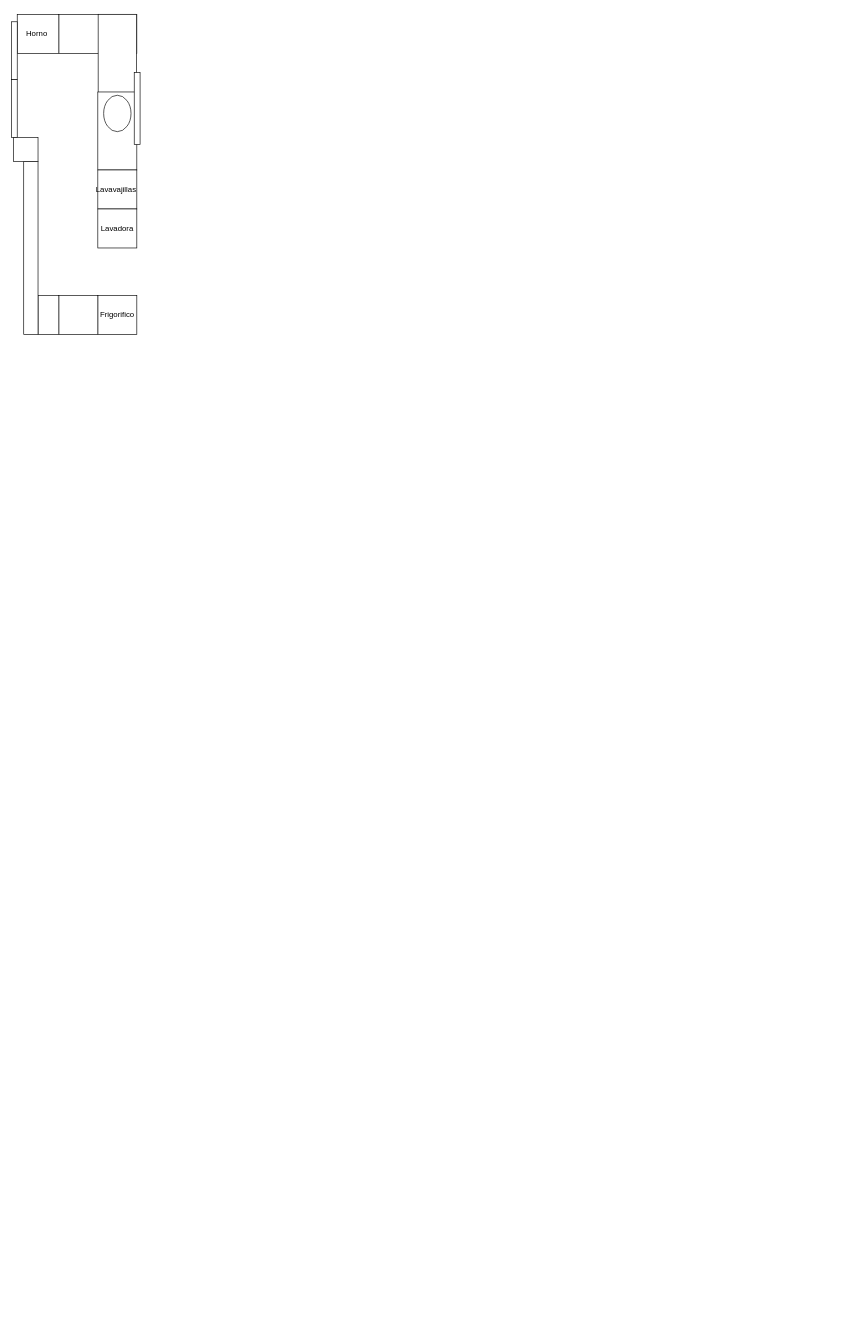
The draw.io diagram PRACTICAS/Diagrama sin título.drawio in dabado/python2025mes1, before the edit. Source tidied: cells renumbered, new cells numbered last; positions are measured from the earlier drawing's top-left corner, leaving out a move shared by most shapes. Both pictures are drawn from the tidied source at 65%, with x=0, y=0 at pixel (11, 14).
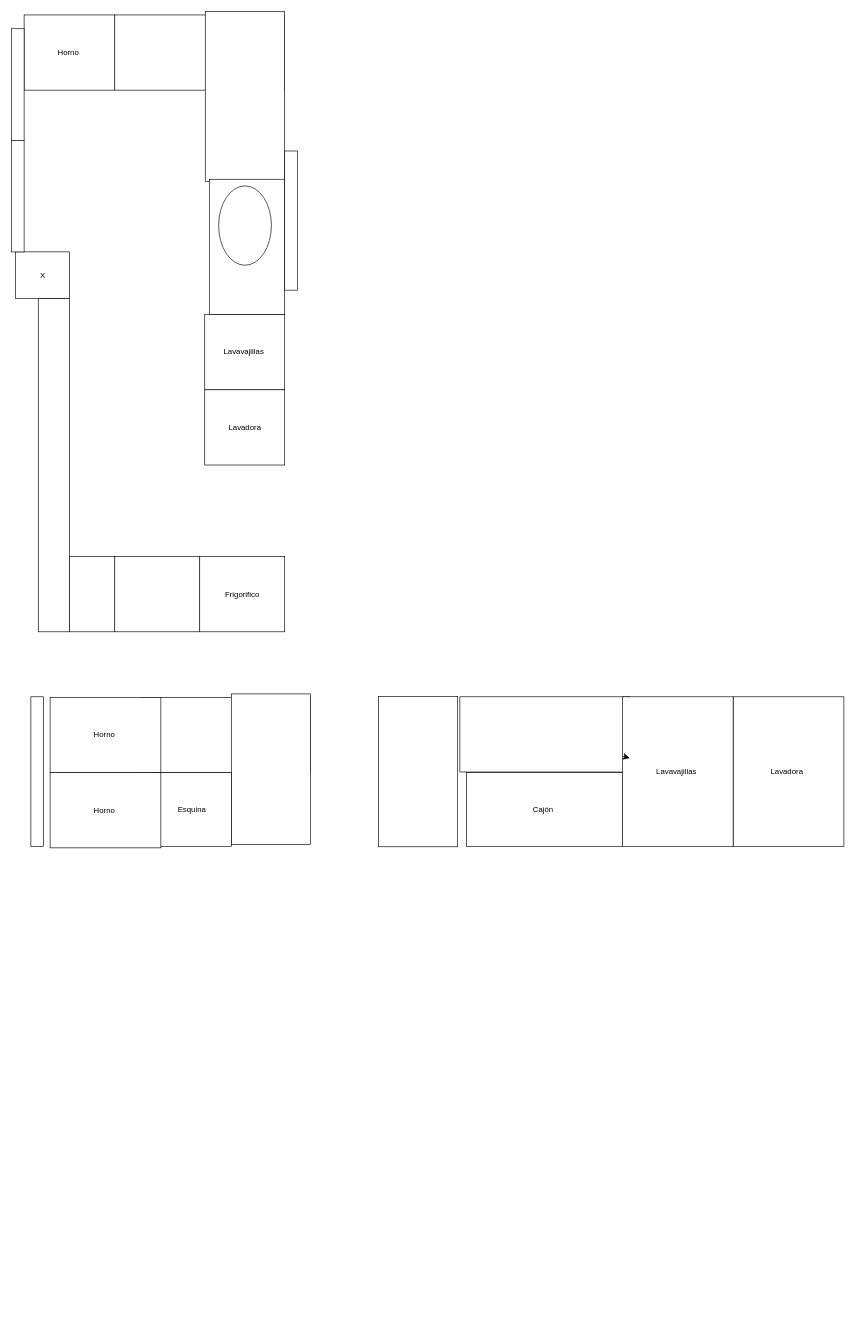
After the change.

The edit, as a diff of the source:
```diff
@@
     <mxCell id="2" style="group;" parent="1" vertex="1">
-      <mxGeometry y="0.5" width="198" height="492.5" as="geometry" />
+      <mxGeometry y="0.5" width="490" height="950" as="geometry" />
     </mxCell>
     <mxCell id="3" style="whiteSpace=wrap;html=1;" parent="2" vertex="1">
-      <mxGeometry x="73" y="0.5" width="120" height="60" as="geometry" />
+      <mxGeometry x="159" y="1" width="261.4" height="115.7" as="geometry" />
     </mxCell>
     <mxCell id="4" style="whiteSpace=wrap;html=1;rotation=90;direction=west;" parent="2" vertex="1">
-      <mxGeometry x="103" y="30.5" width="120" height="59" as="geometry" />
+      <mxGeometry x="228.5" y="65.3" width="261.5" height="121.9" as="geometry" />
     </mxCell>
@@
     <mxCell id="6" value="Horno&amp;nbsp;" style="whiteSpace=wrap;html=1;" parent="2" vertex="1">
-      <mxGeometry x="9" y="0.5" width="64" height="60" as="geometry" />
+      <mxGeometry x="19.6" y="1" width="139.4" height="115.7" as="geometry" />
     </mxCell>
     <mxCell id="7" style="whiteSpace=wrap;html=1;direction=south;" parent="2" vertex="1">
-      <mxGeometry x="133" y="119.5" width="60" height="120" as="geometry" />
+      <mxGeometry x="304.9" y="253.8" width="115.5" height="208.2" as="geometry" />
     </mxCell>
     <mxCell id="8" value="Lavavajillas&amp;nbsp;" style="whiteSpace=wrap;html=1;" parent="2" vertex="1">
-      <mxGeometry x="133" y="239.5" width="60" height="60" as="geometry" />
+      <mxGeometry x="297.5" y="462" width="123" height="115.7" as="geometry" />
     </mxCell>
     <mxCell id="9" value="Lavadora" style="whiteSpace=wrap;html=1;" parent="2" vertex="1">
-      <mxGeometry x="133" y="299.5" width="60" height="60" as="geometry" />
+      <mxGeometry x="297.5" y="577.7" width="123" height="115.7" as="geometry" />
     </mxCell>
     <mxCell id="10" value="Frigorifico" style="whiteSpace=wrap;html=1;" parent="2" vertex="1">
-      <mxGeometry x="133" y="432.5" width="60" height="60" as="geometry" />
+      <mxGeometry x="289.8" y="834.3" width="130.7" height="115.7" as="geometry" />
     </mxCell>
     <mxCell id="11" style="whiteSpace=wrap;html=1;" parent="2" vertex="1">
-      <mxGeometry x="73" y="432.5" width="60" height="60" as="geometry" />
+      <mxGeometry x="159" y="834.3" width="130.7" height="115.7" as="geometry" />
     </mxCell>
     <mxCell id="12" style="whiteSpace=wrap;html=1;" parent="2" vertex="1">
-      <mxGeometry x="41" y="432.5" width="32" height="60" as="geometry" />
+      <mxGeometry x="89.3" y="834.3" width="69.7" height="115.7" as="geometry" />
     </mxCell>
     <mxCell id="13" style="whiteSpace=wrap;html=1;" parent="2" vertex="1">
-      <mxGeometry x="19" y="226.5" width="22" height="266" as="geometry" />
+      <mxGeometry x="41.4" y="436.9" width="47.9" height="513.1" as="geometry" />
     </mxCell>
@@
-    <mxCell id="15" style="whiteSpace=wrap;html=1;" parent="2" vertex="1">
-      <mxGeometry x="3" y="189.5" width="38" height="37" as="geometry" />
+    <mxCell id="15" value="X" style="whiteSpace=wrap;html=1;" parent="2" vertex="1">
+      <mxGeometry x="6.5" y="365.5" width="82.8" height="71.4" as="geometry" />
     </mxCell>
     <mxCell id="16" style="whiteSpace=wrap;html=1;" parent="2" vertex="1">
-      <mxGeometry y="11.5" width="9" height="89" as="geometry" />
+      <mxGeometry y="22.2" width="19.6" height="171.7" as="geometry" />
     </mxCell>
     <mxCell id="17" style="whiteSpace=wrap;html=1;" parent="2" vertex="1">
-      <mxGeometry y="100.5" width="9" height="89" as="geometry" />
+      <mxGeometry y="193.9" width="19.6" height="171.7" as="geometry" />
     </mxCell>
     <mxCell id="18" style="ellipse;whiteSpace=wrap;html=1;rotation=90;" parent="2" vertex="1">
-      <mxGeometry x="135" y="131.5" width="56" height="42.1" as="geometry" />
+      <mxGeometry x="298.4" y="284.4" width="122.1" height="81.2" as="geometry" />
     </mxCell>
     <mxCell id="19" style="whiteSpace=wrap;html=1;" parent="2" vertex="1">
-      <mxGeometry x="189" y="89.5" width="9" height="111" as="geometry" />
+      <mxGeometry x="420.5" y="210.3" width="19.6" height="214.1" as="geometry" />
     </mxCell>
+    <mxCell id="20" style="group;" parent="1" vertex="1">
+      <mxGeometry x="40" y="1050.5" width="490" height="950" as="geometry" />
+    </mxCell>
+    <mxCell id="21" style="whiteSpace=wrap;html=1;" parent="20" vertex="1">
+      <mxGeometry x="159" y="1" width="261.4" height="115.7" as="geometry" />
+    </mxCell>
+    <mxCell id="22" style="whiteSpace=wrap;html=1;rotation=90;direction=west;" parent="20" vertex="1">
+      <mxGeometry x="243.6" y="50.3" width="231.4" height="121.9" as="geometry" />
+    </mxCell>
+    <mxCell id="23" style="edgeStyle=none;curved=1;rounded=0;jettySize=auto;html=1;fontSize=12;startSize=8;endSize=8;" parent="20" edge="1" source="24" target="21">
+      <mxGeometry relative="1" as="geometry" />
+    </mxCell>
+    <mxCell id="24" value="Horno&amp;nbsp;" style="whiteSpace=wrap;html=1;" parent="20" vertex="1">
+      <mxGeometry x="19.6" y="1" width="170.4" height="115.7" as="geometry" />
+    </mxCell>
+    <mxCell id="25" value="Esquina" style="whiteSpace=wrap;html=1;" parent="20" vertex="1">
+      <mxGeometry x="178.4" y="116.7" width="120" height="113.3" as="geometry" />
+    </mxCell>
+    <mxCell id="26" style="edgeStyle=none;curved=1;rounded=0;orthogonalLoop=1;jettySize=auto;html=1;entryX=0;entryY=0.5;entryDx=0;entryDy=0;fontSize=12;startSize=8;endSize=8;" parent="20" edge="1">
+      <mxGeometry relative="1" as="geometry">
+        <mxPoint x="41.4" y="693.5" as="sourcePoint" />
+        <mxPoint x="41.4" y="693.5" as="targetPoint" />
+      </mxGeometry>
+    </mxCell>
+    <mxCell id="27" style="whiteSpace=wrap;html=1;" parent="20" vertex="1">
+      <mxGeometry x="-10" width="19.6" height="230" as="geometry" />
+    </mxCell>
+    <mxCell id="28" value="Horno&amp;nbsp;" style="whiteSpace=wrap;html=1;" parent="20" vertex="1">
+      <mxGeometry x="19.6" y="116.7" width="170.4" height="115.7" as="geometry" />
+    </mxCell>
+    <mxCell id="29" value="Cajón&amp;nbsp;" style="whiteSpace=wrap;html=1;" parent="1" vertex="1">
+      <mxGeometry x="700" y="1167.2" width="240" height="113.3" as="geometry" />
+    </mxCell>
+    <mxCell id="30" style="edgeStyle=none;curved=1;rounded=0;orthogonalLoop=1;jettySize=auto;html=1;entryX=0;entryY=0.5;entryDx=0;entryDy=0;fontSize=12;startSize=8;endSize=8;" parent="1" edge="1">
+      <mxGeometry relative="1" as="geometry">
+        <mxPoint x="591.4" y="1774" as="sourcePoint" />
+        <mxPoint x="591.4" y="1774" as="targetPoint" />
+      </mxGeometry>
+    </mxCell>
+    <mxCell id="31" style="group;" parent="1" vertex="1">
+      <mxGeometry x="690" y="1050.5" width="590.8" height="230" as="geometry" />
+    </mxCell>
+    <mxCell id="32" style="whiteSpace=wrap;html=1;" parent="31" vertex="1">
+      <mxGeometry width="261.4" height="115.7" as="geometry" />
+    </mxCell>
+    <mxCell id="33" style="group;" parent="31" vertex="1">
+      <mxGeometry x="250" width="340.8" height="230" as="geometry" />
+    </mxCell>
+    <mxCell id="34" value="Lavadora&amp;nbsp;" style="whiteSpace=wrap;html=1;" parent="33" vertex="1">
+      <mxGeometry x="170.4" width="170.4" height="230" as="geometry" />
+    </mxCell>
+    <mxCell id="35" value="Lavavajillas&amp;nbsp;" style="whiteSpace=wrap;html=1;" parent="33" vertex="1">
+      <mxGeometry width="170.4" height="230" as="geometry" />
+    </mxCell>
+    <mxCell id="36" style="edgeStyle=none;curved=1;rounded=0;jettySize=auto;html=1;fontSize=12;startSize=8;endSize=8;" parent="31" edge="1" source="35" target="32">
+      <mxGeometry relative="1" as="geometry" />
+    </mxCell>
+    <mxCell id="37" style="whiteSpace=wrap;html=1;rotation=90;direction=west;" parent="1" vertex="1">
+      <mxGeometry x="510" y="1104.6" width="231.4" height="121.9" as="geometry" />
+    </mxCell>
```
